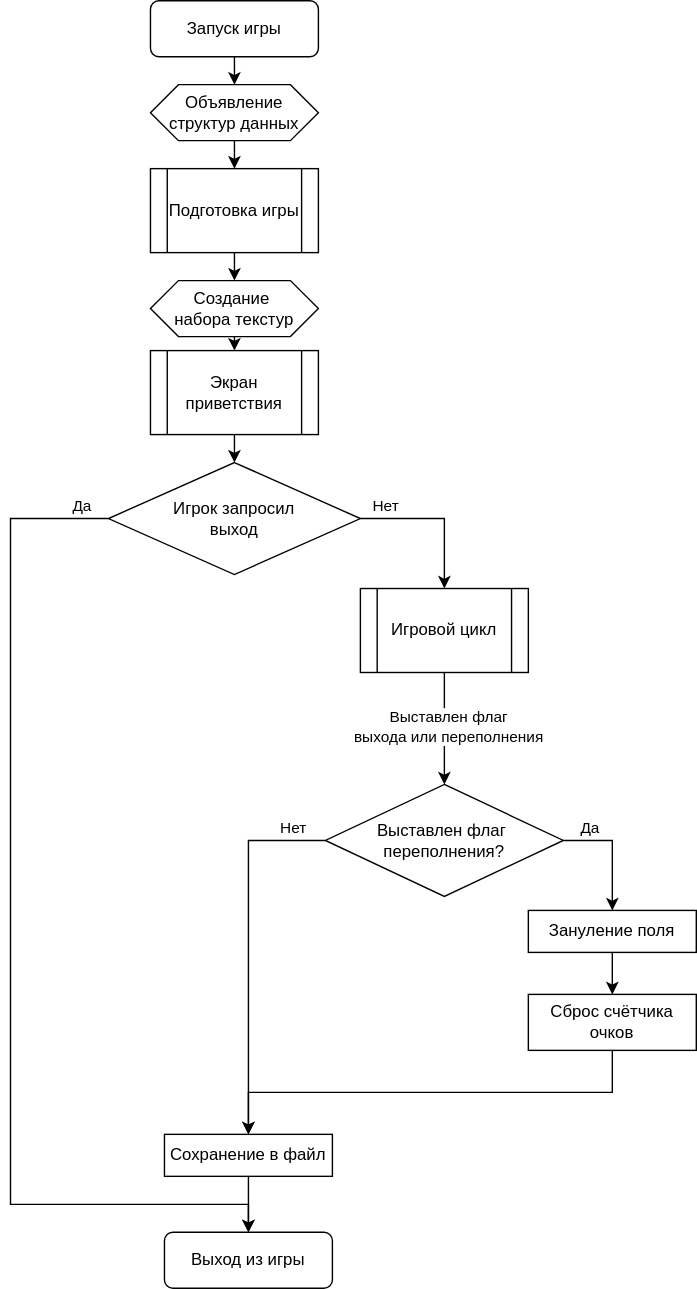
zhigunovsemyon/2048 keeps this draw.io diagram as report/Общий цикл.drawio.svg. Above is the earlier version. Source tidied: cells renumbered, new cells last; positions are measured from the earlier drawing's top-left corner, leaving out a move shared by most shapes.
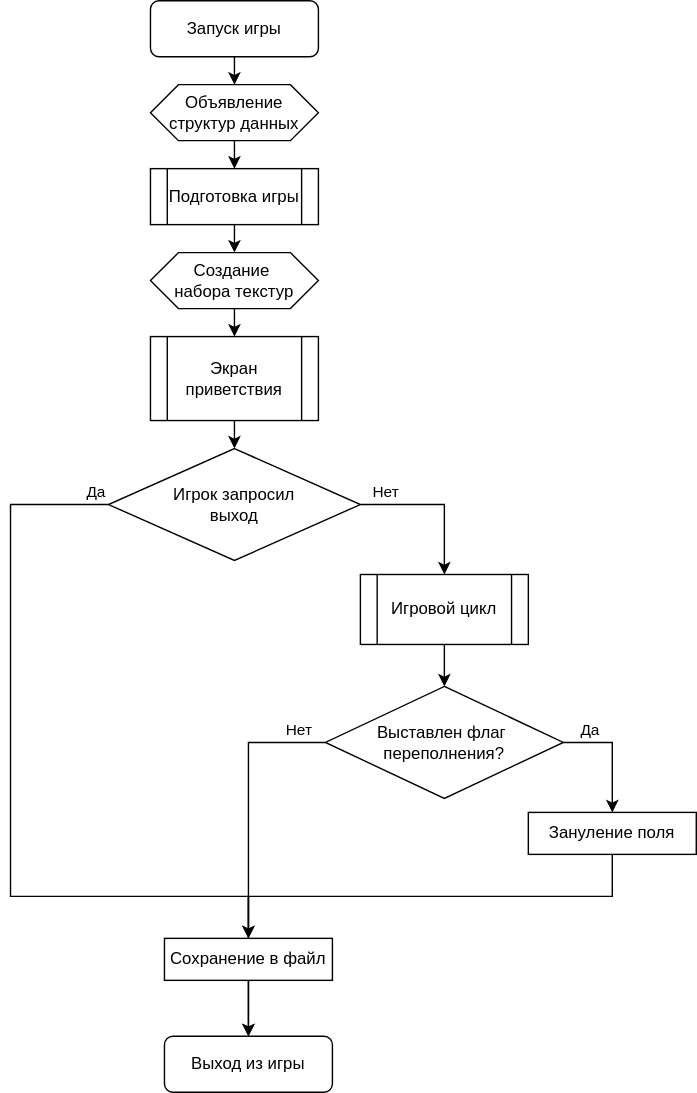
The same diagram one commit later.

The edit, as a diff of the source:
```diff
@@ -4,27 +4,27 @@
     <mxCell id="1" parent="0" />
     <mxCell id="2" style="edgeStyle=orthogonalEdgeStyle;rounded=0;jettySize=auto;html=1;exitX=0.5;exitY=1;exitDx=0;exitDy=0;entryX=0.5;entryY=0;entryDx=0;entryDy=0;" parent="1" edge="1" source="3">
       <mxGeometry relative="1" as="geometry">
-        <mxPoint x="160" y="60" as="targetPoint" />
+        <mxPoint x="160" y="70" as="targetPoint" />
       </mxGeometry>
     </mxCell>
     <mxCell id="3" value="Запуск игры" style="rounded=1;whiteSpace=wrap;html=1;" parent="1" vertex="1">
-      <mxGeometry x="100" width="120" height="40" as="geometry" />
+      <mxGeometry x="100" y="10" width="120" height="40" as="geometry" />
     </mxCell>
     <mxCell id="4" style="edgeStyle=orthogonalEdgeStyle;rounded=0;orthogonalLoop=1;jettySize=auto;html=1;exitX=0.5;exitY=1;exitDx=0;exitDy=0;" parent="1" edge="1" source="3" target="3">
       <mxGeometry relative="1" as="geometry" />
     </mxCell>
     <mxCell id="5" style="edgeStyle=orthogonalEdgeStyle;rounded=0;orthogonalLoop=1;jettySize=auto;html=1;exitX=0.5;exitY=1;exitDx=0;exitDy=0;entryX=0.5;entryY=0;entryDx=0;entryDy=0;" parent="1" edge="1">
       <mxGeometry relative="1" as="geometry">
-        <mxPoint x="160" y="100" as="sourcePoint" />
-        <mxPoint x="160" y="120" as="targetPoint" />
+        <mxPoint x="160" y="110" as="sourcePoint" />
+        <mxPoint x="160" y="130" as="targetPoint" />
       </mxGeometry>
     </mxCell>
     <mxCell id="6" style="edgeStyle=orthogonalEdgeStyle;rounded=0;jettySize=auto;html=1;exitX=0;exitY=0.5;exitDx=0;exitDy=0;entryX=0.5;entryY=0;entryDx=0;entryDy=0;" parent="1" edge="1" source="10" target="11">
       <mxGeometry relative="1" as="geometry">
         <Array as="points">
           <mxPoint y="370" />
-          <mxPoint y="860" />
-          <mxPoint x="170" y="860" />
+          <mxPoint y="650" />
+          <mxPoint x="170" y="650" />
         </Array>
       </mxGeometry>
     </mxCell>
@@ -45,28 +45,27 @@
       <mxGeometry x="70" y="330" width="180" height="80" as="geometry" />
     </mxCell>
     <mxCell id="11" value="Выход из игры" style="rounded=1;whiteSpace=wrap;html=1;" parent="1" vertex="1">
-      <mxGeometry x="110" y="880" width="120" height="40" as="geometry" />
+      <mxGeometry x="110" y="750" width="120" height="40" as="geometry" />
     </mxCell>
     <mxCell id="12" value="&lt;div&gt;Объявление&lt;/div&gt;&lt;div&gt;структур данных&lt;br&gt;&lt;/div&gt;" style="shape=hexagon;perimeter=hexagonPerimeter2;whiteSpace=wrap;html=1;fixedSize=1;" parent="1" vertex="1">
-      <mxGeometry x="100" y="60" width="120" height="40" as="geometry" />
+      <mxGeometry x="100" y="70" width="120" height="40" as="geometry" />
     </mxCell>
-    <mxCell id="13" style="edgeStyle=orthogonalEdgeStyle;rounded=0;jettySize=auto;html=1;exitX=0.5;exitY=1;exitDx=0;exitDy=0;entryX=0.5;entryY=0;entryDx=0;entryDy=0;" parent="1" edge="1" source="14" target="16">
-      <mxGeometry relative="1" as="geometry" />
-    </mxCell>
     <mxCell id="14" value="Зануление поля" style="rounded=0;whiteSpace=wrap;html=1;" parent="1" vertex="1">
-      <mxGeometry x="370" y="650" width="120" height="30" as="geometry" />
+      <mxGeometry x="370" y="590" width="120" height="30" as="geometry" />
     </mxCell>
-    <mxCell id="15" style="edgeStyle=orthogonalEdgeStyle;rounded=0;jettySize=auto;html=1;exitX=0.5;exitY=1;exitDx=0;exitDy=0;entryX=0.5;entryY=0;entryDx=0;entryDy=0;" parent="1" edge="1" source="16" target="18">
-      <mxGeometry relative="1" as="geometry" />
+    <mxCell id="15" style="edgeStyle=orthogonalEdgeStyle;rounded=0;jettySize=auto;html=1;exitX=0.5;exitY=1;exitDx=0;exitDy=0;entryX=0.5;entryY=0;entryDx=0;entryDy=0;" parent="1" edge="1" source="14" target="18">
+      <mxGeometry relative="1" as="geometry">
+        <Array as="points">
+          <mxPoint x="430" y="650" />
+          <mxPoint x="170" y="650" />
+        </Array>
+      </mxGeometry>
     </mxCell>
-    <mxCell id="16" value="Сброс счётчика очков" style="rounded=0;whiteSpace=wrap;html=1;" parent="1" vertex="1">
-      <mxGeometry x="370" y="710" width="120" height="40" as="geometry" />
-    </mxCell>
     <mxCell id="17" style="edgeStyle=orthogonalEdgeStyle;rounded=0;jettySize=auto;html=1;exitX=0.5;exitY=1;exitDx=0;exitDy=0;entryX=0.5;entryY=0;entryDx=0;entryDy=0;" parent="1" edge="1" source="18" target="11">
       <mxGeometry relative="1" as="geometry" />
     </mxCell>
     <mxCell id="18" value="Сохранение в файл" style="rounded=0;whiteSpace=wrap;html=1;" parent="1" vertex="1">
-      <mxGeometry x="110" y="810" width="120" height="30" as="geometry" />
+      <mxGeometry x="110" y="680" width="120" height="30" as="geometry" />
     </mxCell>
     <mxCell id="19" style="edgeStyle=orthogonalEdgeStyle;rounded=0;jettySize=auto;html=1;exitX=0.5;exitY=1;exitDx=0;exitDy=0;entryX=0.5;entryY=0;entryDx=0;entryDy=0;" parent="1" edge="1" target="10">
       <mxGeometry relative="1" as="geometry">
@@ -76,7 +75,7 @@
     <mxCell id="20" style="edgeStyle=orthogonalEdgeStyle;rounded=0;jettySize=auto;html=1;exitX=1;exitY=0.5;exitDx=0;exitDy=0;entryX=0.5;entryY=0;entryDx=0;entryDy=0;" parent="1" edge="1" source="24" target="14">
       <mxGeometry relative="1" as="geometry">
         <Array as="points">
-          <mxPoint x="430" y="600" />
+          <mxPoint x="430" y="540" />
         </Array>
       </mxGeometry>
     </mxCell>
@@ -88,7 +87,7 @@
     <mxCell id="22" style="edgeStyle=orthogonalEdgeStyle;rounded=0;jettySize=auto;html=1;entryX=0.5;entryY=0;entryDx=0;entryDy=0;exitX=0;exitY=0.5;exitDx=0;exitDy=0;" parent="1" edge="1" source="24" target="18">
       <mxGeometry relative="1" as="geometry">
         <Array as="points">
-          <mxPoint x="170" y="600" />
+          <mxPoint x="170" y="540" />
         </Array>
       </mxGeometry>
     </mxCell>
@@ -98,7 +97,7 @@
       </mxGeometry>
     </mxCell>
     <mxCell id="24" value="&lt;div&gt;Выставлен флаг&amp;nbsp;&lt;/div&gt;&lt;div&gt;переполнения?&lt;/div&gt;" style="rhombus;whiteSpace=wrap;html=1;" parent="1" vertex="1">
-      <mxGeometry x="225" y="560" width="170" height="80" as="geometry" />
+      <mxGeometry x="225" y="500" width="170" height="80" as="geometry" />
     </mxCell>
     <mxCell id="25" value="Экран приветствия" style="shape=process;whiteSpace=wrap;html=1;backgroundOutline=1;" parent="1" vertex="1">
       <mxGeometry x="100" y="250" width="120" height="60" as="geometry" />
@@ -106,23 +105,20 @@
     <mxCell id="26" style="edgeStyle=orthogonalEdgeStyle;rounded=0;jettySize=auto;html=1;exitX=0.5;exitY=1;exitDx=0;exitDy=0;entryX=0.5;entryY=0;entryDx=0;entryDy=0;" parent="1" edge="1" source="28" target="24">
       <mxGeometry relative="1" as="geometry" />
     </mxCell>
-    <mxCell id="27" value="&lt;div&gt;Выставлен флаг&lt;/div&gt;выхода или переполнения" style="edgeLabel;html=1;align=center;verticalAlign=middle;" parent="26" vertex="1">
-      <mxGeometry x="-0.05" y="2" relative="1" as="geometry" />
-    </mxCell>
     <mxCell id="28" value="Игровой цикл" style="shape=process;whiteSpace=wrap;html=1;backgroundOutline=1;" parent="1" vertex="1">
-      <mxGeometry x="250" y="420" width="120" height="60" as="geometry" />
+      <mxGeometry x="250" y="420" width="120" height="50" as="geometry" />
     </mxCell>
     <mxCell id="29" style="edgeStyle=orthogonalEdgeStyle;rounded=0;jettySize=auto;html=1;exitX=0.5;exitY=1;exitDx=0;exitDy=0;entryX=0.5;entryY=0;entryDx=0;entryDy=0;" parent="1" edge="1" source="30" target="32">
       <mxGeometry relative="1" as="geometry" />
     </mxCell>
     <mxCell id="30" value="Подготовка игры" style="shape=process;whiteSpace=wrap;html=1;backgroundOutline=1;" parent="1" vertex="1">
-      <mxGeometry x="100" y="120" width="120" height="60" as="geometry" />
+      <mxGeometry x="100" y="130" width="120" height="40" as="geometry" />
     </mxCell>
     <mxCell id="31" style="edgeStyle=orthogonalEdgeStyle;rounded=0;jettySize=auto;html=1;exitX=0.5;exitY=1;exitDx=0;exitDy=0;entryX=0.5;entryY=0;entryDx=0;entryDy=0;" parent="1" edge="1" source="32" target="25">
       <mxGeometry relative="1" as="geometry" />
     </mxCell>
     <mxCell id="32" value="&lt;div&gt;Создание&amp;nbsp;&lt;/div&gt;&lt;div&gt;набора текстур&lt;/div&gt;" style="shape=hexagon;perimeter=hexagonPerimeter2;whiteSpace=wrap;html=1;fixedSize=1;" parent="1" vertex="1">
-      <mxGeometry x="100" y="200" width="120" height="40" as="geometry" />
+      <mxGeometry x="100" y="190" width="120" height="40" as="geometry" />
     </mxCell>
   </root>
 </mxGraphModel>
```
